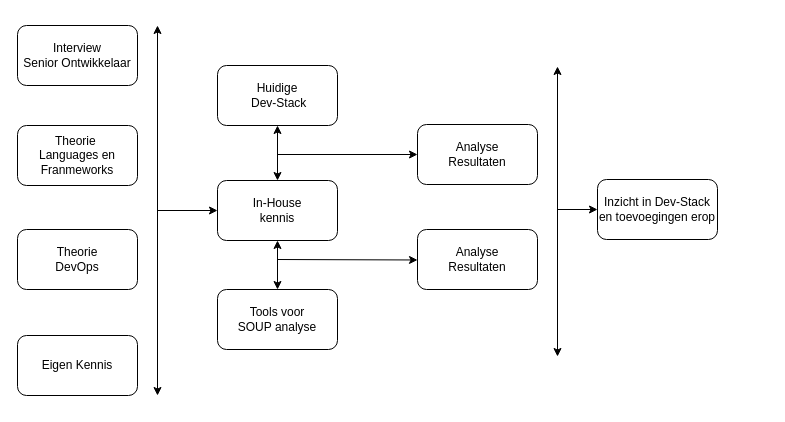
This is page "OndMdlSOUP" (5 of 7) of gfx/verslag graphix.drawio from codefink2020/afstudeerverslag, a draw.io file, before an edit. Source tidied: cells renumbered, new cells numbered last; positions are measured from the earlier drawing's top-left corner, leaving out a move shared by most shapes. Both pictures are drawn from the tidied source at 100%, with x=0, y=0 at pixel (17, 25).
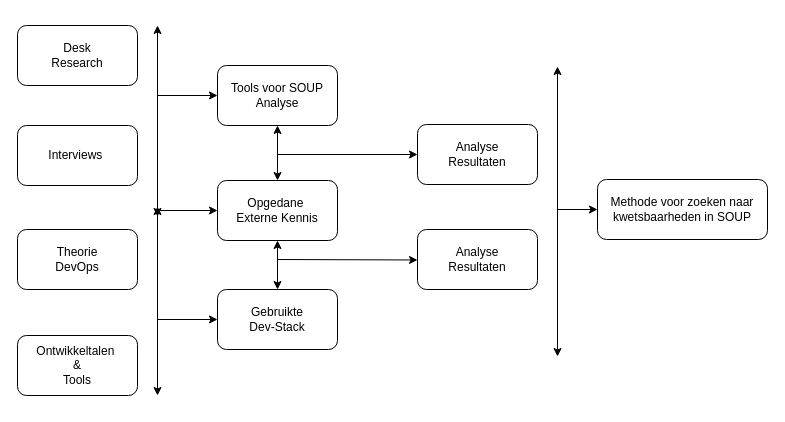
The same diagram, later.

What changed in the source:
```diff
@@
-    <mxCell id="2" value="Interview&lt;br&gt;Senior Ontwikkelaar" style="rounded=1;whiteSpace=wrap;html=1;" parent="1" vertex="1">
+    <mxCell id="2" value="Desk&lt;br&gt;Research" style="rounded=1;whiteSpace=wrap;html=1;" parent="1" vertex="1">
       <mxGeometry width="120" height="60" as="geometry" />
     </mxCell>
-    <mxCell id="3" value="Theorie&amp;nbsp;&lt;br&gt;Languages en Franmeworks" style="rounded=1;whiteSpace=wrap;html=1;" parent="1" vertex="1">
+    <mxCell id="3" value="Interviews&amp;nbsp;" style="rounded=1;whiteSpace=wrap;html=1;" parent="1" vertex="1">
       <mxGeometry y="100" width="120" height="60" as="geometry" />
     </mxCell>
@@
-    <mxCell id="5" value="Eigen Kennis" style="rounded=1;whiteSpace=wrap;html=1;" parent="1" vertex="1">
+    <mxCell id="5" value="Ontwikkeltalen&amp;nbsp;&lt;br&gt;&amp;amp;&lt;br&gt;Tools" style="rounded=1;whiteSpace=wrap;html=1;" parent="1" vertex="1">
       <mxGeometry y="310" width="120" height="60" as="geometry" />
     </mxCell>
     <mxCell id="6" style="endArrow=classic;startArrow=classic;html=1;" parent="1" edge="1">
       <mxGeometry relative="1" as="geometry">
         <mxPoint x="140" y="370" as="sourcePoint" />
-        <mxPoint x="140" as="targetPoint" />
+        <mxPoint x="140" y="181" as="targetPoint" />
       </mxGeometry>
     </mxCell>
-    <mxCell id="7" value="In-House &lt;br&gt;kennis" style="rounded=1;whiteSpace=wrap;html=1;" parent="1" vertex="1">
+    <mxCell id="7" value="Opgedane&amp;nbsp;&lt;br&gt;Externe Kennis" style="rounded=1;whiteSpace=wrap;html=1;" parent="1" vertex="1">
       <mxGeometry x="200" y="155" width="120" height="60" as="geometry" />
     </mxCell>
-    <mxCell id="8" style="endArrow=classic;html=1;entryX=0;entryY=0.5;entryDx=0;entryDy=0;" parent="1" edge="1" target="7">
+    <mxCell id="8" style="endArrow=classic;html=1;entryX=0;entryY=0.5;entryDx=0;entryDy=0;" parent="1" edge="1" target="15">
       <mxGeometry relative="1" as="geometry">
-        <mxPoint x="140" y="185" as="sourcePoint" />
+        <mxPoint x="140" y="294" as="sourcePoint" />
       </mxGeometry>
     </mxCell>
-    <mxCell id="9" value="Inzicht in Dev-Stack en toevoegingen erop" style="rounded=1;whiteSpace=wrap;html=1;" parent="1" vertex="1">
-      <mxGeometry x="580" y="154" width="120" height="60" as="geometry" />
+    <mxCell id="9" value="Methode voor zoeken naar kwetsbaarheden in SOUP" style="rounded=1;whiteSpace=wrap;html=1;" parent="1" vertex="1">
+      <mxGeometry x="580" y="154" width="170" height="60" as="geometry" />
     </mxCell>
@@
-    <mxCell id="14" value="Huidige&lt;br&gt;&amp;nbsp;Dev-Stack" style="rounded=1;whiteSpace=wrap;html=1;" parent="1" vertex="1">
+    <mxCell id="14" value="Tools voor SOUP&lt;br&gt;Analyse" style="rounded=1;whiteSpace=wrap;html=1;" parent="1" vertex="1">
       <mxGeometry x="200" y="40" width="120" height="60" as="geometry" />
     </mxCell>
-    <mxCell id="15" value="Tools voor &lt;br&gt;SOUP analyse" style="rounded=1;whiteSpace=wrap;html=1;" parent="1" vertex="1">
+    <mxCell id="15" value="Gebruikte &lt;br&gt;Dev-Stack" style="rounded=1;whiteSpace=wrap;html=1;" parent="1" vertex="1">
       <mxGeometry x="200" y="264" width="120" height="60" as="geometry" />
     </mxCell>
@@
+    <mxCell id="20" style="endArrow=classic;startArrow=classic;html=1;" parent="1" edge="1">
+      <mxGeometry relative="1" as="geometry">
+        <mxPoint x="140" y="191" as="sourcePoint" />
+        <mxPoint x="140" as="targetPoint" />
+      </mxGeometry>
+    </mxCell>
+    <mxCell id="21" style="endArrow=classic;html=1;entryX=0;entryY=0.5;entryDx=0;entryDy=0;" parent="1" edge="1" target="14">
+      <mxGeometry relative="1" as="geometry">
+        <mxPoint x="140" y="70" as="sourcePoint" />
+      </mxGeometry>
+    </mxCell>
+    <mxCell id="22" style="endArrow=classic;html=1;entryX=0;entryY=0.5;entryDx=0;entryDy=0;" parent="1" edge="1" target="7">
+      <mxGeometry relative="1" as="geometry">
+        <mxPoint x="140" y="185" as="sourcePoint" />
+      </mxGeometry>
+    </mxCell>
```
